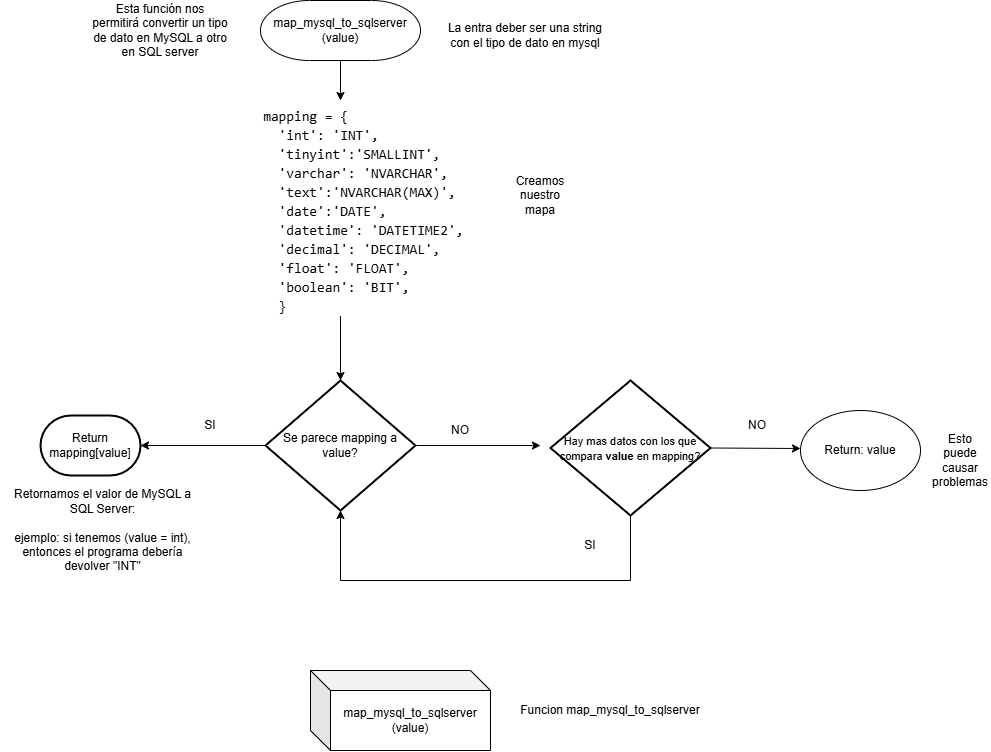
The draw.io diagram Documentación/Diagramas/MIGRATION/migration_functions (a detalle)/map_mysql_to_sqlserver(function).drawio.png in AlfredoZC/Coffee-shop, before a commit. Source tidied: cells renumbered, new cells last; positions are measured from the earlier drawing's top-left corner, leaving out a move shared by most shapes.
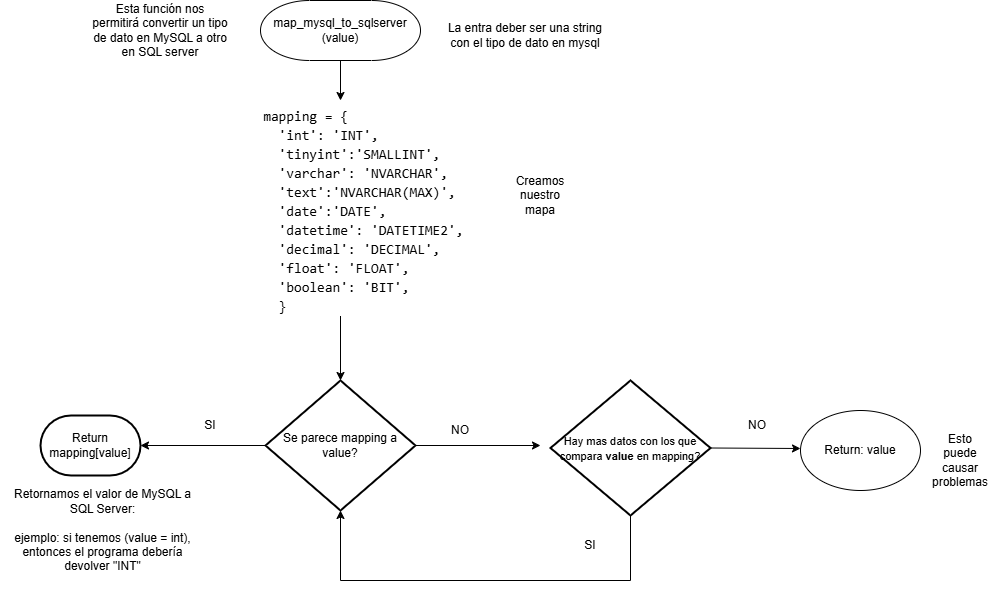
The same file after the commit.

Diff of the diagram source:
```diff
@@ -74,11 +74,5 @@
     <mxCell id="22" value="Retornamos el valor de MySQL a SQL Server:&lt;br&gt;&lt;br&gt;ejemplo: si tenemos (value = int), entonces el programa debería devolver &quot;INT&quot;" style="text;html=1;align=center;verticalAlign=middle;whiteSpace=wrap;rounded=0;" parent="1" vertex="1">
       <mxGeometry y="515" width="205" height="30" as="geometry" />
     </mxCell>
-    <mxCell id="23" value="map_mysql_to_sqlserver (value)" style="shape=cube;whiteSpace=wrap;html=1;boundedLbl=1;backgroundOutline=1;darkOpacity=0.05;darkOpacity2=0.1;" parent="1" vertex="1">
-      <mxGeometry x="310" y="670" width="180" height="80" as="geometry" />
-    </mxCell>
-    <mxCell id="24" value="Funcion map_mysql_to_sqlserver" style="text;html=1;align=center;verticalAlign=middle;whiteSpace=wrap;rounded=0;" parent="1" vertex="1">
-      <mxGeometry x="510" y="695" width="200" height="30" as="geometry" />
-    </mxCell>
   </root>
 </mxGraphModel>
```
